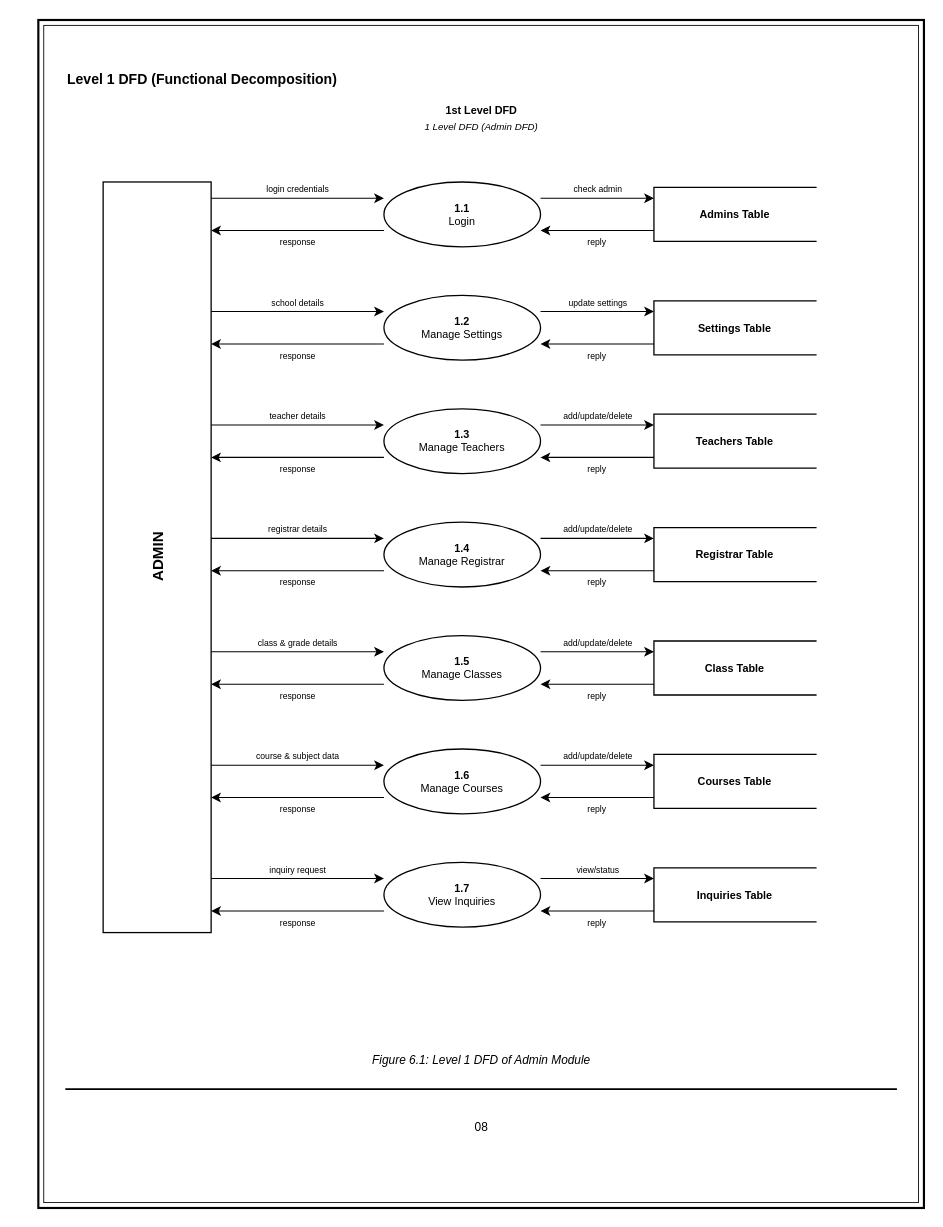
Above: admin.drawio in aman2910sm-code/schoole (draw.io), before the change. Source tidied: cells renumbered, new cells numbered last; positions are measured from the earlier drawing's top-left corner, leaving out a move shared by most shapes. Both pictures are drawn from the tidied source at 108%, with x=0, y=0 at pixel (38, 19).
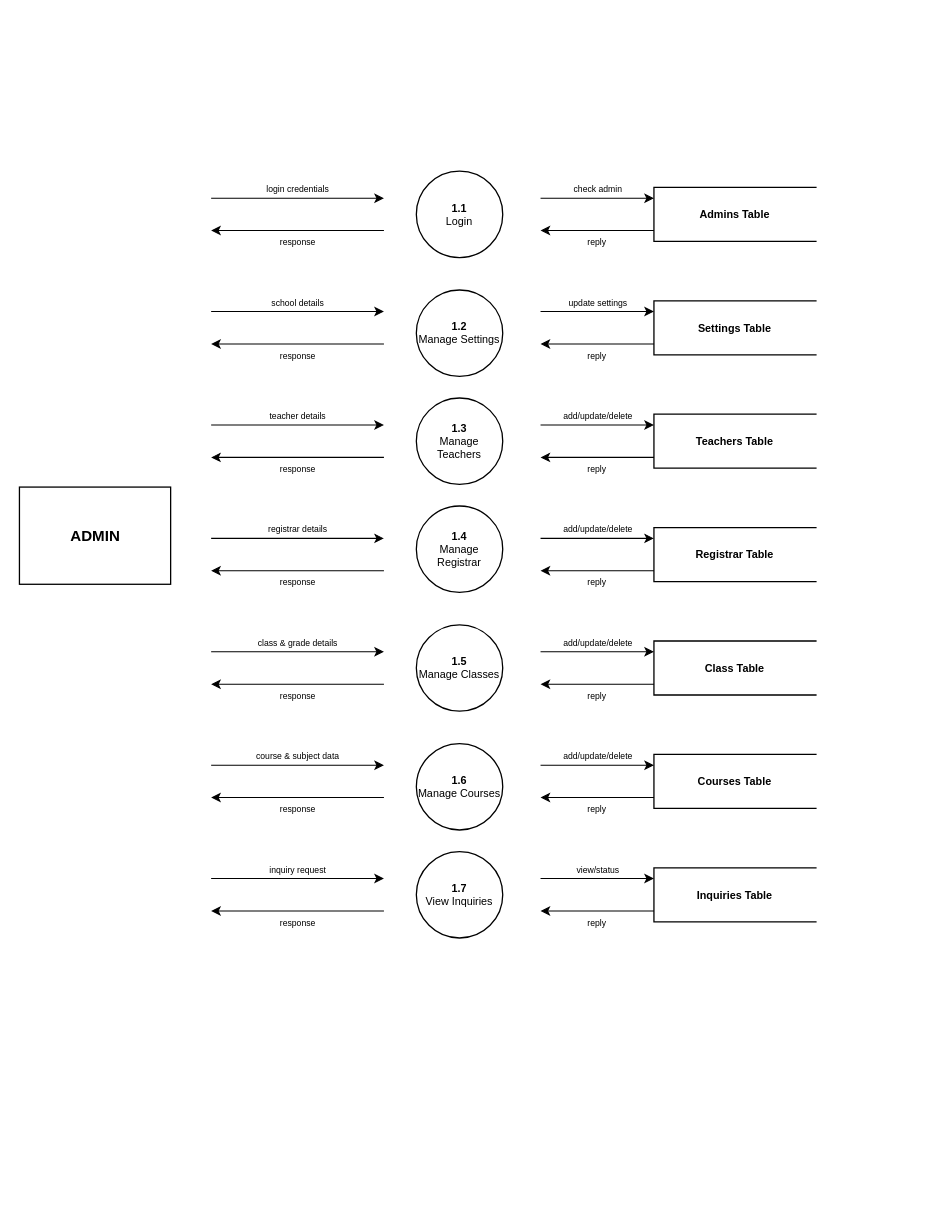
Above is the later version.

Diff of the diagram source:
```diff
@@
-    <mxCell id="2" style="rounded=0;whiteSpace=wrap;html=1;fillColor=none;strokeColor=#000000;strokeWidth=2;" parent="1" vertex="1">
-      <mxGeometry width="820" height="1100" as="geometry" />
-    </mxCell>
-    <mxCell id="3" style="rounded=0;whiteSpace=wrap;html=1;fillColor=none;strokeColor=#000000;strokeWidth=0.8;" parent="1" vertex="1">
-      <mxGeometry x="5" y="5" width="810" height="1090" as="geometry" />
-    </mxCell>
-    <mxCell id="4" value="&lt;b&gt;Level 1 DFD (Functional Decomposition)&lt;/b&gt;" style="text;html=1;align=left;verticalAlign=middle;fontSize=13;fontColor=#000000;" parent="1" vertex="1">
-      <mxGeometry x="25" y="40" width="350" height="30" as="geometry" />
-    </mxCell>
-    <mxCell id="5" value="&lt;b&gt;1st Level DFD&lt;/b&gt;" style="text;html=1;align=center;verticalAlign=middle;fontSize=10;fontColor=#000000;" parent="1" vertex="1">
-      <mxGeometry x="310" y="75" width="200" height="18" as="geometry" />
-    </mxCell>
-    <mxCell id="6" value="&lt;i&gt;1 Level DFD (Admin DFD)&lt;/i&gt;" style="text;html=1;align=center;verticalAlign=middle;fontSize=9;fontColor=#000000;" parent="1" vertex="1">
-      <mxGeometry x="310" y="90" width="200" height="18" as="geometry" />
-    </mxCell>
-    <mxCell id="7" value="&lt;b&gt;ADMIN&lt;/b&gt;" style="rounded=0;whiteSpace=wrap;html=1;fillColor=#FFFFFF;strokeColor=#000000;strokeWidth=1.2;fontColor=#000000;fontSize=14;fontStyle=1;horizontal=0;align=center;verticalAlign=middle;" parent="1" vertex="1">
-      <mxGeometry x="60" y="150" width="100" height="695" as="geometry" />
+    <mxCell id="7" value="&lt;b&gt;ADMIN&lt;/b&gt;" style="rounded=0;whiteSpace=wrap;html=1;fillColor=#FFFFFF;strokeColor=#000000;strokeWidth=1.2;fontColor=#000000;fontSize=14;fontStyle=1;horizontal=0;align=center;verticalAlign=middle;rotation=90;" parent="1" vertex="1">
+      <mxGeometry x="7.5" y="407.5" width="90" height="140" as="geometry" />
     </mxCell>
     <mxCell id="8" value="&lt;b&gt;1.1&lt;/b&gt;&lt;br/&gt;Login" style="ellipse;whiteSpace=wrap;html=1;fillColor=#FFFFFF;strokeColor=#000000;strokeWidth=1.2;fontColor=#000000;fontSize=10;align=center;verticalAlign=middle;" parent="1" vertex="1">
-      <mxGeometry x="320" y="150" width="145" height="60" as="geometry" />
+      <mxGeometry x="350" y="140" width="80" height="80" as="geometry" />
     </mxCell>
@@
     <mxCell id="14" value="&lt;b&gt;1.2&lt;/b&gt;&lt;br/&gt;Manage Settings" style="ellipse;whiteSpace=wrap;html=1;fillColor=#FFFFFF;strokeColor=#000000;strokeWidth=1.2;fontColor=#000000;fontSize=10;align=center;verticalAlign=middle;" parent="1" vertex="1">
-      <mxGeometry x="320" y="255" width="145" height="60" as="geometry" />
+      <mxGeometry x="350" y="250" width="80" height="80" as="geometry" />
     </mxCell>
@@
     <mxCell id="20" value="&lt;b&gt;1.3&lt;/b&gt;&lt;br/&gt;Manage Teachers" style="ellipse;whiteSpace=wrap;html=1;fillColor=#FFFFFF;strokeColor=#000000;strokeWidth=1.2;fontColor=#000000;fontSize=10;align=center;verticalAlign=middle;" parent="1" vertex="1">
-      <mxGeometry x="320" y="360" width="145" height="60" as="geometry" />
+      <mxGeometry x="350" y="350" width="80" height="80" as="geometry" />
     </mxCell>
@@
     <mxCell id="26" value="&lt;b&gt;1.4&lt;/b&gt;&lt;br/&gt;Manage Registrar" style="ellipse;whiteSpace=wrap;html=1;fillColor=#FFFFFF;strokeColor=#000000;strokeWidth=1.2;fontColor=#000000;fontSize=10;align=center;verticalAlign=middle;" parent="1" vertex="1">
-      <mxGeometry x="320" y="465" width="145" height="60" as="geometry" />
+      <mxGeometry x="350" y="450" width="80" height="80" as="geometry" />
     </mxCell>
@@
     <mxCell id="32" value="&lt;b&gt;1.5&lt;/b&gt;&lt;br/&gt;Manage Classes" style="ellipse;whiteSpace=wrap;html=1;fillColor=#FFFFFF;strokeColor=#000000;strokeWidth=1.2;fontColor=#000000;fontSize=10;align=center;verticalAlign=middle;" parent="1" vertex="1">
-      <mxGeometry x="320" y="570" width="145" height="60" as="geometry" />
+      <mxGeometry x="350" y="560" width="80" height="80" as="geometry" />
     </mxCell>
@@
     <mxCell id="38" value="&lt;b&gt;1.6&lt;/b&gt;&lt;br/&gt;Manage Courses" style="ellipse;whiteSpace=wrap;html=1;fillColor=#FFFFFF;strokeColor=#000000;strokeWidth=1.2;fontColor=#000000;fontSize=10;align=center;verticalAlign=middle;" parent="1" vertex="1">
-      <mxGeometry x="320" y="675" width="145" height="60" as="geometry" />
+      <mxGeometry x="350" y="670" width="80" height="80" as="geometry" />
     </mxCell>
@@
     <mxCell id="44" value="&lt;b&gt;1.7&lt;/b&gt;&lt;br/&gt;View Inquiries" style="ellipse;whiteSpace=wrap;html=1;fillColor=#FFFFFF;strokeColor=#000000;strokeWidth=1.2;fontColor=#000000;fontSize=10;align=center;verticalAlign=middle;" parent="1" vertex="1">
-      <mxGeometry x="320" y="780" width="145" height="60" as="geometry" />
+      <mxGeometry x="350" y="770" width="80" height="80" as="geometry" />
     </mxCell>
@@
-    <mxCell id="50" value="&lt;i&gt;Figure 6.1: Level 1 DFD of Admin Module&lt;/i&gt;" style="text;html=1;align=center;verticalAlign=middle;fontSize=11;fontColor=#000000;fontStyle=2;" parent="1" vertex="1">
-      <mxGeometry x="210" y="950" width="400" height="25" as="geometry" />
-    </mxCell>
-    <mxCell id="51" style="edgeStyle=none;rounded=0;html=1;endArrow=none;strokeColor=#000000;strokeWidth=1.5;" parent="1" edge="1">
-      <mxGeometry relative="1" as="geometry">
-        <mxPoint x="25" y="990" as="sourcePoint" />
-        <mxPoint x="795" y="990" as="targetPoint" />
-      </mxGeometry>
-    </mxCell>
-    <mxCell id="52" value="08" style="text;html=1;align=center;verticalAlign=middle;fontSize=11;fontColor=#000000;" parent="1" vertex="1">
-      <mxGeometry x="385" y="1015" width="50" height="20" as="geometry" />
-    </mxCell>
```
